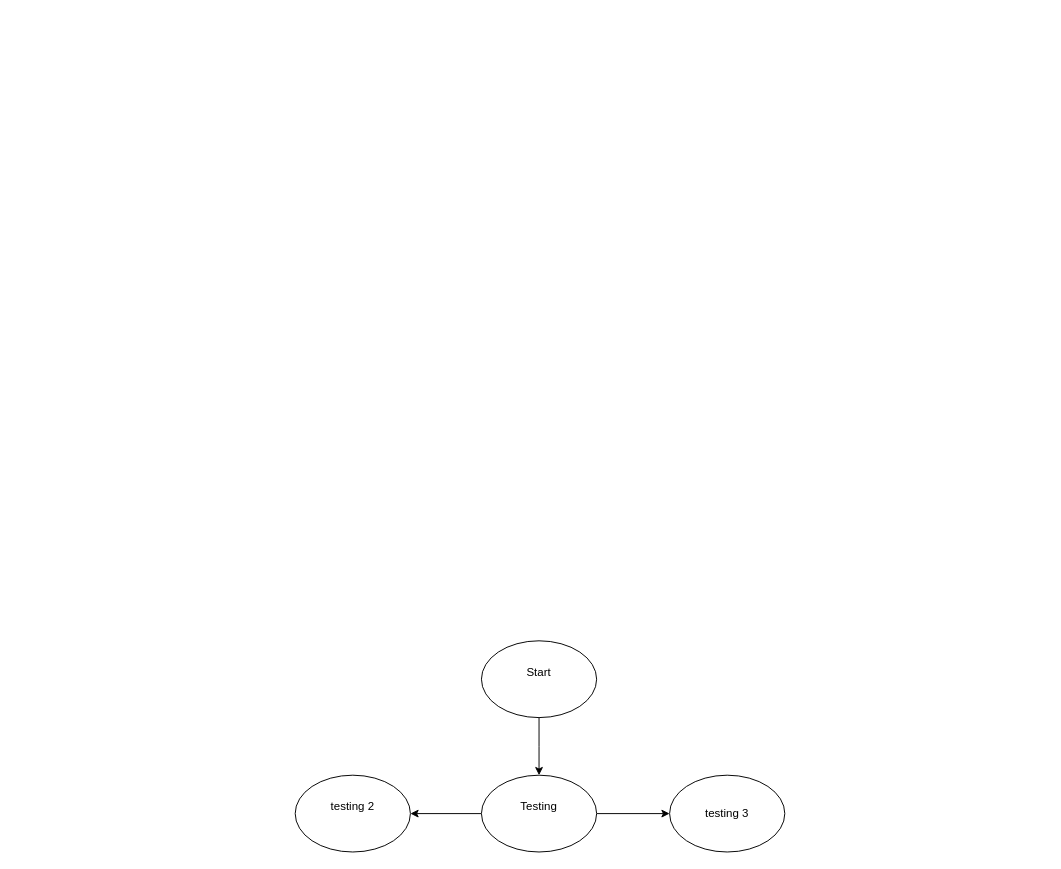
The draw.io diagram Testing.drawio in Proxez/DragonslayerUppgiftLudvig, before the edit. Source tidied: cells renumbered, new cells numbered last; positions are measured from the earlier drawing's top-left corner, leaving out a move shared by most shapes. Both pictures are drawn from the tidied source at 96%, with x=0, y=0 at pixel (295, 640).
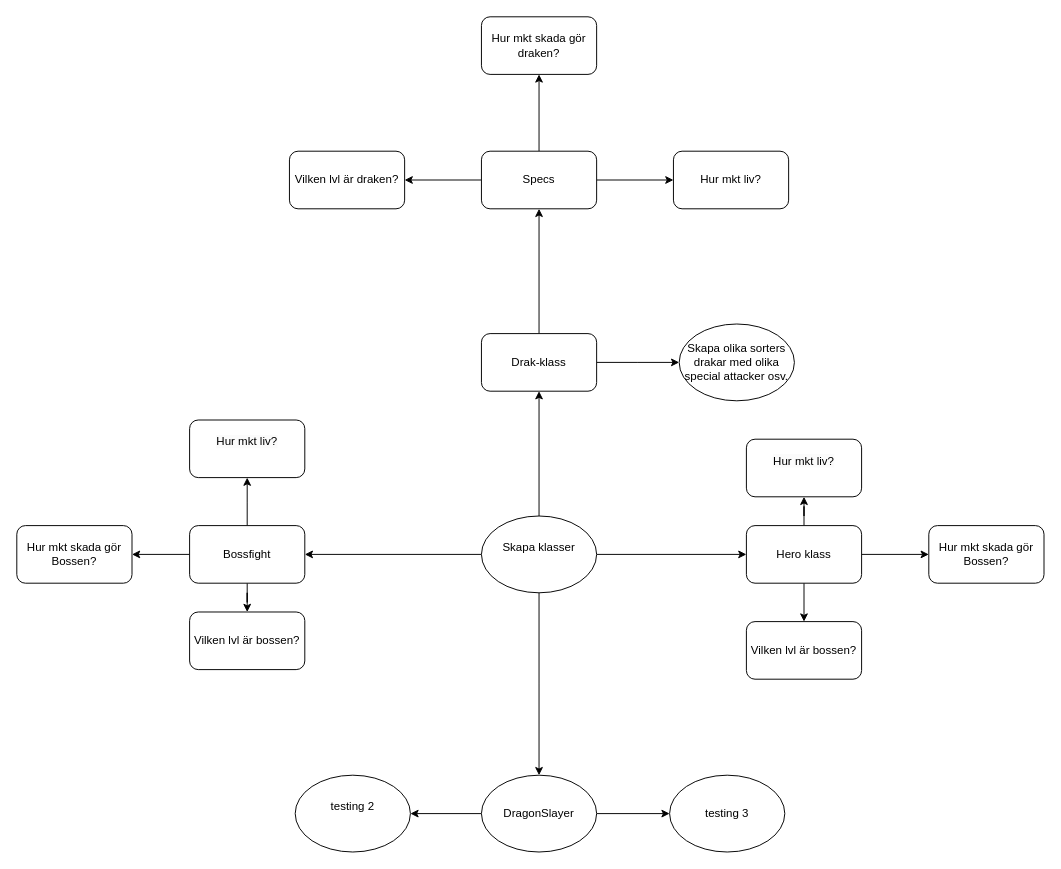
The same diagram, later.

Diff of the diagram source:
```diff
@@
+    <mxCell id="9" style="edgeStyle=orthogonalEdgeStyle;rounded=0;jettySize=auto;html=1;exitX=1;exitY=0.5;exitDx=0;exitDy=0;entryX=0;entryY=0.5;entryDx=0;entryDy=0;" parent="1" edge="1" source="3" target="15">
+      <mxGeometry relative="1" as="geometry" />
+    </mxCell>
+    <mxCell id="10" style="edgeStyle=orthogonalEdgeStyle;rounded=0;jettySize=auto;html=1;exitX=0.5;exitY=0;exitDx=0;exitDy=0;" parent="1" edge="1" source="3" target="18">
+      <mxGeometry relative="1" as="geometry" />
+    </mxCell>
+    <mxCell id="11" style="edgeStyle=orthogonalEdgeStyle;rounded=0;jettySize=auto;html=1;exitX=0;exitY=0.5;exitDx=0;exitDy=0;" parent="1" edge="1" source="3" target="30">
+      <mxGeometry relative="1" as="geometry" />
+    </mxCell>
-    <mxCell id="3" value="Start&lt;div&gt;&lt;br&gt;&lt;/div&gt;" style="ellipse;whiteSpace=wrap;html=1;" parent="1" vertex="1">
-      <mxGeometry x="194" width="120" height="80" as="geometry" />
+    <mxCell id="3" value="&lt;div&gt;Skapa klasser&lt;/div&gt;&lt;div&gt;&lt;br&gt;&lt;/div&gt;" style="ellipse;whiteSpace=wrap;html=1;" parent="1" vertex="1">
+      <mxGeometry x="194" y="-130" width="120" height="80" as="geometry" />
     </mxCell>
@@
-    <mxCell id="6" value="Testing&lt;div&gt;&lt;br&gt;&lt;/div&gt;" style="ellipse;whiteSpace=wrap;html=1;" parent="1" vertex="1">
+    <mxCell id="6" value="DragonSlayer" style="ellipse;whiteSpace=wrap;html=1;" parent="1" vertex="1">
       <mxGeometry x="194" y="140" width="120" height="80" as="geometry" />
     </mxCell>
@@
+    <mxCell id="12" style="edgeStyle=orthogonalEdgeStyle;rounded=0;jettySize=auto;html=1;" parent="1" edge="1" source="15" target="35">
+      <mxGeometry relative="1" as="geometry" />
+    </mxCell>
+    <mxCell id="13" style="edgeStyle=orthogonalEdgeStyle;rounded=0;jettySize=auto;html=1;" parent="1" edge="1" source="15" target="34">
+      <mxGeometry relative="1" as="geometry" />
+    </mxCell>
+    <mxCell id="14" style="edgeStyle=orthogonalEdgeStyle;rounded=0;jettySize=auto;html=1;" parent="1" edge="1" source="15" target="36">
+      <mxGeometry relative="1" as="geometry" />
+    </mxCell>
+    <mxCell id="15" value="Hero klass" style="rounded=1;whiteSpace=wrap;html=1;" parent="1" vertex="1">
+      <mxGeometry x="470" y="-120" width="120" height="60" as="geometry" />
+    </mxCell>
+    <mxCell id="16" style="edgeStyle=orthogonalEdgeStyle;rounded=0;jettySize=auto;html=1;exitX=1;exitY=0.5;exitDx=0;exitDy=0;" parent="1" edge="1" source="18">
+      <mxGeometry relative="1" as="geometry">
+        <mxPoint x="400" y="-290" as="targetPoint" />
+      </mxGeometry>
+    </mxCell>
+    <mxCell id="17" style="edgeStyle=orthogonalEdgeStyle;rounded=0;jettySize=auto;html=1;" parent="1" edge="1" source="18" target="23">
+      <mxGeometry relative="1" as="geometry" />
+    </mxCell>
+    <mxCell id="18" value="Drak-klass" style="rounded=1;whiteSpace=wrap;html=1;" parent="1" vertex="1">
+      <mxGeometry x="194" y="-320" width="120" height="60" as="geometry" />
+    </mxCell>
+    <mxCell id="19" value="Skapa olika sorters drakar med olika special attacker osv." style="ellipse;whiteSpace=wrap;html=1;" parent="1" vertex="1">
+      <mxGeometry x="400" y="-330" width="120" height="80" as="geometry" />
+    </mxCell>
+    <mxCell id="20" style="edgeStyle=orthogonalEdgeStyle;rounded=0;jettySize=auto;html=1;" parent="1" edge="1" source="23" target="24">
+      <mxGeometry relative="1" as="geometry" />
+    </mxCell>
+    <mxCell id="21" style="edgeStyle=orthogonalEdgeStyle;rounded=0;jettySize=auto;html=1;" parent="1" edge="1" source="23" target="25">
+      <mxGeometry relative="1" as="geometry" />
+    </mxCell>
+    <mxCell id="22" style="edgeStyle=orthogonalEdgeStyle;rounded=0;jettySize=auto;html=1;" parent="1" edge="1" source="23" target="26">
+      <mxGeometry relative="1" as="geometry" />
+    </mxCell>
+    <mxCell id="23" value="Specs" style="rounded=1;whiteSpace=wrap;html=1;" parent="1" vertex="1">
+      <mxGeometry x="194" y="-510" width="120" height="60" as="geometry" />
+    </mxCell>
+    <mxCell id="24" value="Hur mkt liv?" style="rounded=1;whiteSpace=wrap;html=1;" parent="1" vertex="1">
+      <mxGeometry x="394" y="-510" width="120" height="60" as="geometry" />
+    </mxCell>
+    <mxCell id="25" value="Hur mkt skada gör draken?" style="rounded=1;whiteSpace=wrap;html=1;" parent="1" vertex="1">
+      <mxGeometry x="194" y="-650" width="120" height="60" as="geometry" />
+    </mxCell>
+    <mxCell id="26" value="Vilken lvl är draken?" style="rounded=1;whiteSpace=wrap;html=1;" parent="1" vertex="1">
+      <mxGeometry x="-6" y="-510" width="120" height="60" as="geometry" />
+    </mxCell>
+    <mxCell id="27" style="edgeStyle=orthogonalEdgeStyle;rounded=0;jettySize=auto;html=1;exitX=0.5;exitY=0;exitDx=0;exitDy=0;" parent="1" edge="1" source="30">
+      <mxGeometry relative="1" as="geometry">
+        <mxPoint x="-50" y="-170" as="targetPoint" />
+      </mxGeometry>
+    </mxCell>
+    <mxCell id="28" style="edgeStyle=orthogonalEdgeStyle;rounded=0;jettySize=auto;html=1;entryX=1;entryY=0.5;entryDx=0;entryDy=0;" parent="1" edge="1" source="30" target="32">
+      <mxGeometry relative="1" as="geometry" />
+    </mxCell>
+    <mxCell id="29" style="edgeStyle=orthogonalEdgeStyle;rounded=0;jettySize=auto;html=1;" parent="1" edge="1" source="30" target="33">
+      <mxGeometry relative="1" as="geometry" />
+    </mxCell>
+    <mxCell id="30" value="Bossfight" style="rounded=1;whiteSpace=wrap;html=1;" parent="1" vertex="1">
+      <mxGeometry x="-110" y="-120" width="120" height="60" as="geometry" />
+    </mxCell>
+    <mxCell id="31" value="&#10;&lt;span style=&quot;color: rgb(0, 0, 0); font-family: Helvetica; font-size: 12px; font-style: normal; font-variant-ligatures: normal; font-variant-caps: normal; font-weight: 400; letter-spacing: normal; orphans: 2; text-align: center; text-indent: 0px; text-transform: none; widows: 2; word-spacing: 0px; -webkit-text-stroke-width: 0px; white-space: normal; background-color: rgb(251, 251, 251); text-decoration-thickness: initial; text-decoration-style: initial; text-decoration-color: initial; display: inline !important; float: none;&quot;&gt;Hur mkt liv?&lt;/span&gt;&#10;&#10;" style="rounded=1;whiteSpace=wrap;html=1;" parent="1" vertex="1">
+      <mxGeometry x="-110" y="-230" width="120" height="60" as="geometry" />
+    </mxCell>
+    <mxCell id="32" value="Hur mkt skada gör Bossen?" style="rounded=1;whiteSpace=wrap;html=1;" parent="1" vertex="1">
+      <mxGeometry x="-290" y="-120" width="120" height="60" as="geometry" />
+    </mxCell>
+    <mxCell id="33" value="Vilken lvl är bossen?" style="rounded=1;whiteSpace=wrap;html=1;" parent="1" vertex="1">
+      <mxGeometry x="-110" y="-30" width="120" height="60" as="geometry" />
+    </mxCell>
+    <mxCell id="34" value="&#10;&lt;span style=&quot;color: rgb(0, 0, 0); font-family: Helvetica; font-size: 12px; font-style: normal; font-variant-ligatures: normal; font-variant-caps: normal; font-weight: 400; letter-spacing: normal; orphans: 2; text-align: center; text-indent: 0px; text-transform: none; widows: 2; word-spacing: 0px; -webkit-text-stroke-width: 0px; white-space: normal; background-color: rgb(251, 251, 251); text-decoration-thickness: initial; text-decoration-style: initial; text-decoration-color: initial; display: inline !important; float: none;&quot;&gt;Hur mkt liv?&lt;/span&gt;&#10;&#10;" style="rounded=1;whiteSpace=wrap;html=1;" parent="1" vertex="1">
+      <mxGeometry x="470" y="-210" width="120" height="60" as="geometry" />
+    </mxCell>
+    <mxCell id="35" value="Hur mkt skada gör Bossen?" style="rounded=1;whiteSpace=wrap;html=1;" parent="1" vertex="1">
+      <mxGeometry x="660" y="-120" width="120" height="60" as="geometry" />
+    </mxCell>
+    <mxCell id="36" value="Vilken lvl är bossen?" style="rounded=1;whiteSpace=wrap;html=1;" parent="1" vertex="1">
+      <mxGeometry x="470" y="-20" width="120" height="60" as="geometry" />
+    </mxCell>
```
